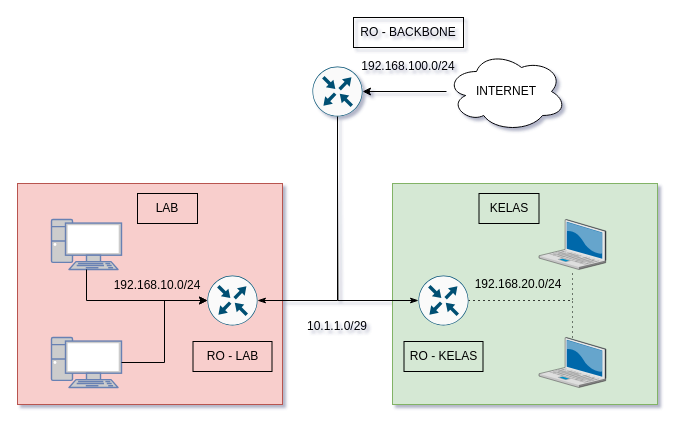
Mirekan/dump-drawio keeps this draw.io diagram as OJM Topology.drawio. Above is the earlier version. Source tidied: cells renumbered, new cells numbered last; positions are measured from the earlier drawing's top-left corner, leaving out a move shared by most shapes. Both pictures are drawn from the tidied source at 100%, with x=0, y=0 at pixel (17, 17).
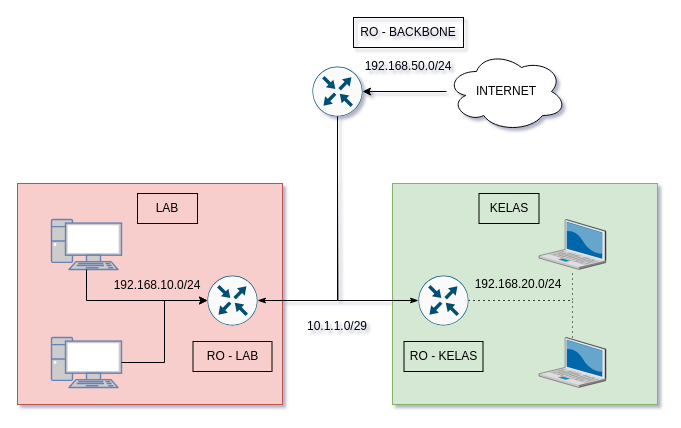
After the change.

What changed in the source:
```diff
@@
-    <mxCell id="26" value="192.168.100.0/24" style="text;html=1;align=center;verticalAlign=middle;whiteSpace=wrap;rounded=0;strokeColor=none;" parent="1" vertex="1">
+    <mxCell id="26" value="192.168.5&lt;span style=&quot;background-color: initial;&quot;&gt;0.0/24&lt;/span&gt;" style="text;html=1;align=center;verticalAlign=middle;whiteSpace=wrap;rounded=0;strokeColor=none;" parent="1" vertex="1">
       <mxGeometry x="361" y="34" width="60" height="30" as="geometry" />
     </mxCell>
```
